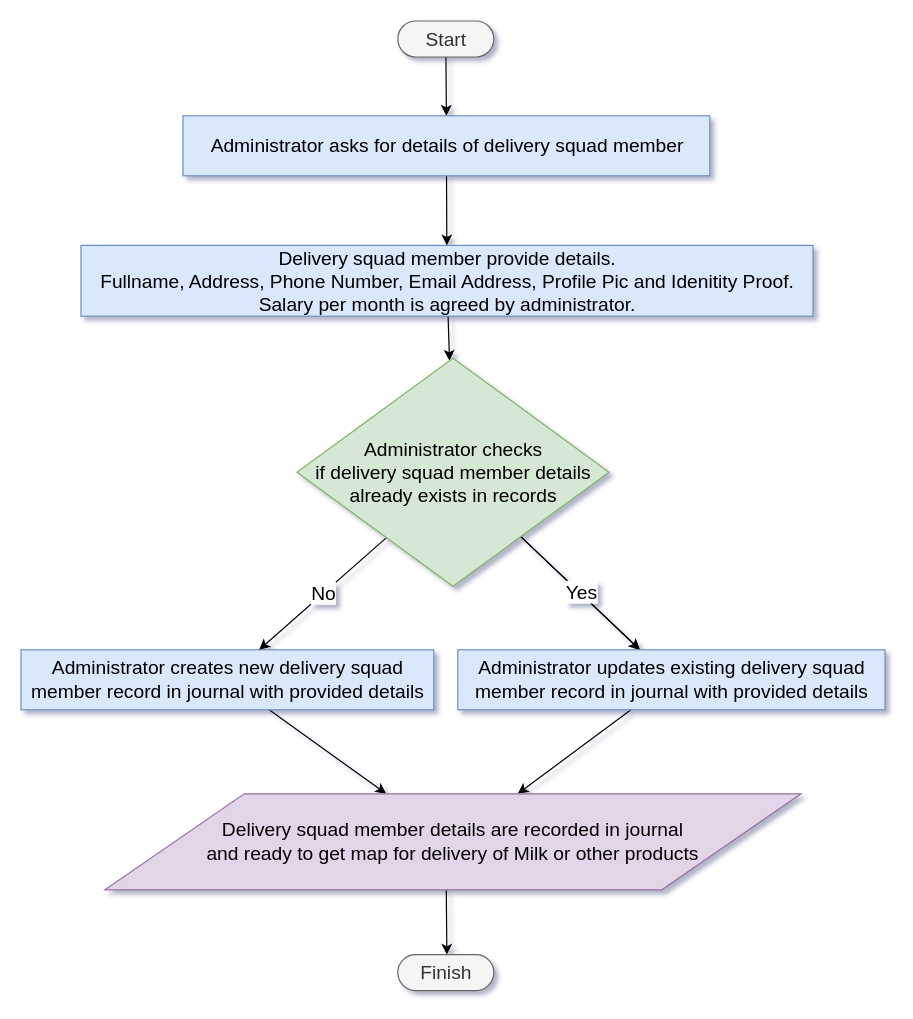
Above: docs/diagram/recruit_delivery_squad_process.drawio in dudhwalas/dudhwala (draw.io), before the change. Source tidied: cells renumbered, new cells numbered last; positions are measured from the earlier drawing's top-left corner, leaving out a move shared by most shapes. Both pictures are drawn from the tidied source at 120%, with x=0, y=0 at pixel (20, 20).
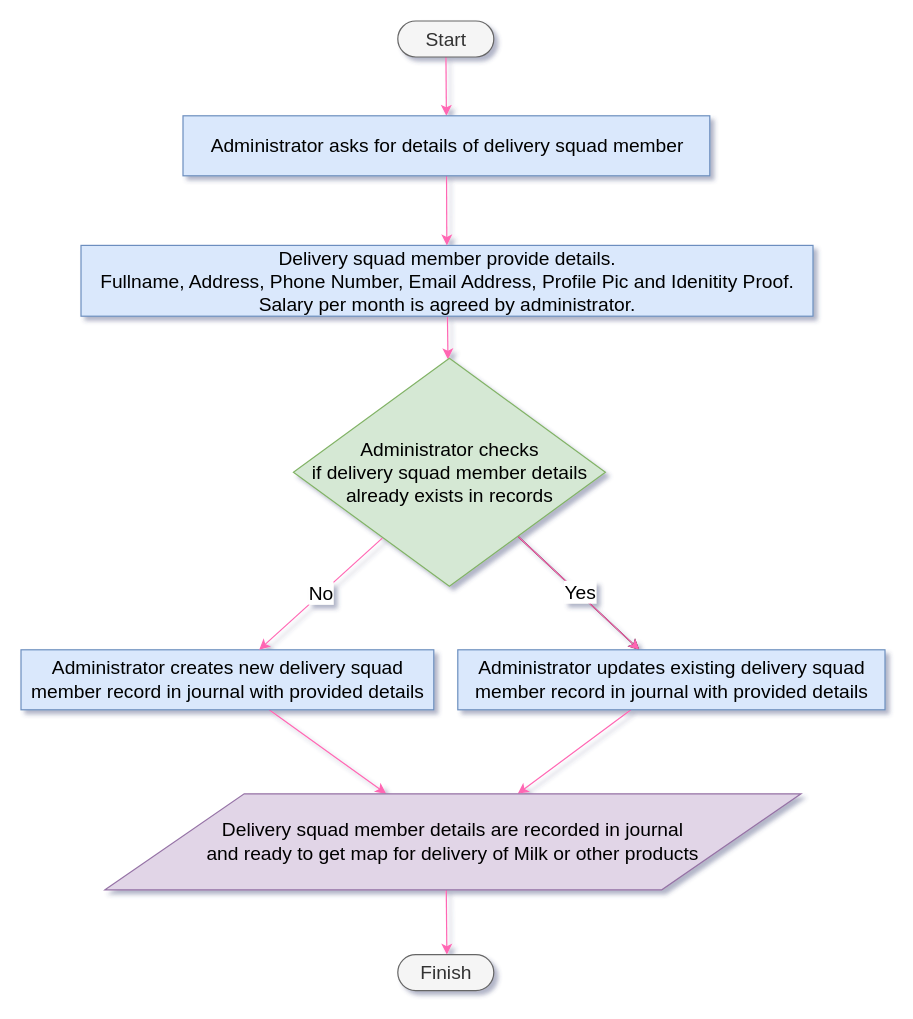
After the change.

The change refers to these unchanged cells:
```xml
<mxCell id="3" value="&lt;font style=&quot;font-size: 16px;&quot;&gt;Start&lt;/font&gt;" style="html=1;dashed=0;whitespace=wrap;shape=mxgraph.dfd.start;fillColor=#f5f5f5;fontColor=#333333;strokeColor=#666666;fontSize=16;" parent="1" vertex="1">
  <mxGeometry x="314" width="80" height="30" as="geometry" />
</mxCell>
<mxCell id="5" value="&lt;span class=&quot;nodeLabel&quot; style=&quot;font-size: 16px;&quot;&gt;Delivery squad member provide details. &lt;br style=&quot;font-size: 16px;&quot;&gt; Fullname, Address, Phone Number, Email Address, Profile Pic and Idenitity Proof. &lt;br style=&quot;font-size: 16px;&quot;&gt; Salary per month is agreed by administrator.&lt;/span&gt;" style="html=1;dashed=0;whitespace=wrap;fillColor=#dae8fc;strokeColor=#6c8ebf;fontSize=16;" parent="1" vertex="1">
  <mxGeometry x="50" y="187" width="610" height="59" as="geometry" />
</mxCell>
<mxCell id="11" value="&lt;span class=&quot;nodeLabel&quot; style=&quot;font-size: 16px;&quot;&gt;Administrator creates new delivery squad &lt;br style=&quot;font-size: 16px;&quot;&gt;member record in journal with provided details&lt;/span&gt;" style="html=1;dashed=0;whitespace=wrap;fillColor=#dae8fc;strokeColor=#6c8ebf;fontSize=16;" parent="1" vertex="1">
  <mxGeometry y="524" width="344" height="50" as="geometry" />
</mxCell>
<mxCell id="13" value="&lt;span class=&quot;nodeLabel&quot; style=&quot;font-size: 16px;&quot;&gt;Administrator updates existing delivery squad &lt;br style=&quot;font-size: 16px;&quot;&gt;member record in journal with provided details&lt;/span&gt;" style="html=1;dashed=0;whitespace=wrap;fillColor=#dae8fc;strokeColor=#6c8ebf;fontSize=16;" parent="1" vertex="1">
  <mxGeometry x="364" y="524" width="356" height="50" as="geometry" />
</mxCell>
<mxCell id="15" value="&lt;span class=&quot;nodeLabel&quot; style=&quot;font-size: 16px;&quot;&gt;Delivery squad member details are recorded in journal &lt;br style=&quot;font-size: 16px;&quot;&gt; and ready to get map for delivery of Milk or other products&lt;/span&gt;" style="shape=parallelogram;perimeter=parallelogramPerimeter;whiteSpace=wrap;html=1;dashed=0;fillColor=#e1d5e7;strokeColor=#9673a6;fontSize=16;" parent="1" vertex="1">
  <mxGeometry x="70" y="644" width="580" height="80" as="geometry" />
</mxCell>
<mxCell id="19" value="&lt;span class=&quot;nodeLabel&quot; style=&quot;font-size: 16px;&quot;&gt;Administrator asks for details of delivery squad member&lt;/span&gt;" style="html=1;dashed=0;whitespace=wrap;fillColor=#dae8fc;strokeColor=#6c8ebf;fontSize=16;" parent="1" vertex="1">
  <mxGeometry x="135" y="79" width="439" height="50" as="geometry" />
</mxCell>
```

What changed in the source:
```diff
@@
-    <mxCell id="2" style="edgeStyle=none;html=1;fontSize=16;entryX=0.5;entryY=0;entryDx=0;entryDy=0;" parent="1" edge="1" source="3" target="19">
+    <mxCell id="2" style="edgeStyle=none;html=1;fontSize=16;entryX=0.5;entryY=0;entryDx=0;entryDy=0;strokeColor=#FF66B3;" parent="1" edge="1" source="3" target="19">
       <mxGeometry relative="1" as="geometry" />
     </mxCell>
@@
-    <mxCell id="4" style="edgeStyle=none;html=1;fontSize=16;" parent="1" edge="1" source="5" target="9">
+    <mxCell id="4" style="edgeStyle=none;html=1;fontSize=16;strokeColor=#FF66B3;" parent="1" edge="1" source="5" target="9">
       <mxGeometry relative="1" as="geometry" />
     </mxCell>
@@
-    <mxCell id="7" style="edgeStyle=none;html=1;fontSize=16;" parent="1" edge="1" source="9" target="13">
+    <mxCell id="7" style="edgeStyle=none;html=1;fontSize=16;strokeColor=#FF66B3;" parent="1" edge="1" source="9" target="13">
       <mxGeometry relative="1" as="geometry" />
     </mxCell>
@@
     <mxCell id="9" value="&lt;span class=&quot;nodeLabel&quot; style=&quot;font-size: 16px;&quot;&gt;Administrator checks &lt;br style=&quot;font-size: 16px;&quot;&gt; if delivery squad member details &lt;br style=&quot;font-size: 16px;&quot;&gt; already exists in records&lt;/span&gt;" style="shape=rhombus;html=1;dashed=0;whitespace=wrap;perimeter=rhombusPerimeter;fillColor=#d5e8d4;strokeColor=#82b366;fontSize=16;" parent="1" vertex="1">
-      <mxGeometry x="230" y="281" width="260" height="190" as="geometry" />
+      <mxGeometry x="227" y="281" width="260" height="190" as="geometry" />
     </mxCell>
-    <mxCell id="10" style="edgeStyle=none;html=1;fontSize=16;" parent="1" edge="1" source="11" target="15">
+    <mxCell id="10" style="edgeStyle=none;html=1;fontSize=16;strokeColor=#FF66B3;" parent="1" edge="1" source="11" target="15">
       <mxGeometry relative="1" as="geometry" />
     </mxCell>
@@
-    <mxCell id="12" style="edgeStyle=none;html=1;fontSize=16;" parent="1" edge="1" source="13" target="15">
+    <mxCell id="12" style="edgeStyle=none;html=1;fontSize=16;strokeColor=#FF66B3;" parent="1" edge="1" source="13" target="15">
       <mxGeometry relative="1" as="geometry" />
     </mxCell>
@@
-    <mxCell id="14" style="edgeStyle=none;html=1;fontSize=16;" parent="1" edge="1">
+    <mxCell id="14" style="edgeStyle=none;html=1;fontSize=16;strokeColor=#FF66B3;" parent="1" edge="1">
       <mxGeometry relative="1" as="geometry">
         <mxPoint x="354.4" y="724" as="sourcePoint" />
         <mxPoint x="354.9" y="778" as="targetPoint" />
       </mxGeometry>
     </mxCell>
@@
-    <mxCell id="17" value="No" style="edgeStyle=none;html=1;entryX=0.577;entryY=0;entryDx=0;entryDy=0;entryPerimeter=0;exitX=0.285;exitY=0.789;exitDx=0;exitDy=0;exitPerimeter=0;fontSize=16;" parent="1" edge="1" source="9" target="11">
+    <mxCell id="17" value="No" style="edgeStyle=none;html=1;entryX=0.577;entryY=0;entryDx=0;entryDy=0;entryPerimeter=0;exitX=0.285;exitY=0.789;exitDx=0;exitDy=0;exitPerimeter=0;fontSize=16;strokeColor=#FF66B3;" parent="1" edge="1" source="9" target="11">
       <mxGeometry relative="1" as="geometry" />
     </mxCell>
-    <mxCell id="18" style="edgeStyle=none;html=1;fontSize=16;" parent="1" edge="1" source="19" target="5">
+    <mxCell id="18" style="edgeStyle=none;html=1;fontSize=16;strokeColor=#FF66B3;" parent="1" edge="1" source="19" target="5">
       <mxGeometry relative="1" as="geometry" />
     </mxCell>
```
